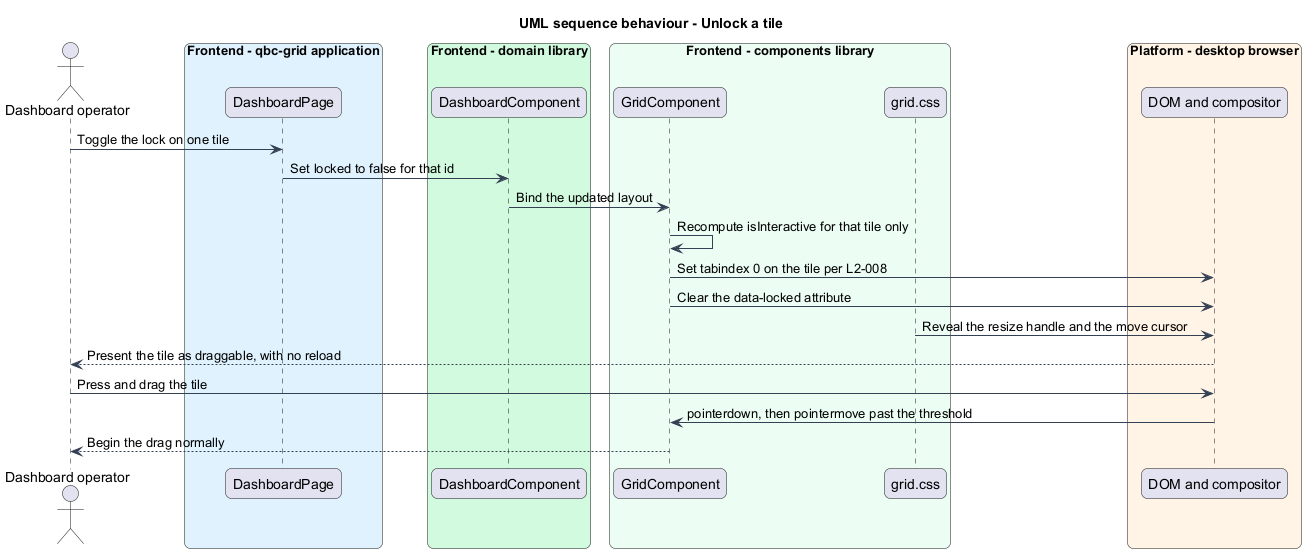
Earlier version of the PlantUML export docs/detailed-designs/tile-interaction/lock-a-tile/diagrams/sequence-unlock.png (QuinntyneBrown/qbc-grid). Its diagram source:
```plantuml
@startuml
title UML sequence behaviour - Unlock a tile
skinparam backgroundColor #FFFFFF
skinparam shadowing false
skinparam roundcorner 12
skinparam defaultFontName Arial
skinparam ArrowColor #344054
skinparam rectangle {
  BorderColor #344054
  FontColor #101828
}
skinparam package {
  BorderColor #667085
  FontColor #101828
  BackgroundColor #F9FAFB
}
actor "Dashboard operator" as actor
box "Frontend - qbc-grid application" #E0F2FE
  participant "DashboardPage" as page
end box
box "Frontend - domain library" #D1FADF
  participant "DashboardComponent" as dashboard
end box
box "Frontend - components library" #ECFDF3
  participant "GridComponent" as grid
  participant "grid.css" as styles
end box
box "Platform - desktop browser" #FFF4E5
  participant "DOM and compositor" as dom
end box

actor -> page : Toggle the lock on one tile
page -> dashboard : Set locked to false for that id
dashboard -> grid : Bind the updated layout
grid -> grid : Recompute isInteractive for that tile only
grid -> dom : Set tabindex 0 on the tile per L2-008
grid -> dom : Clear the data-locked attribute
styles -> dom : Reveal the resize handle and the move cursor
dom --> actor : Present the tile as draggable, with no reload
actor -> dom : Press and drag the tile
dom -> grid : pointerdown, then pointermove past the threshold
grid --> actor : Begin the drag normally
@enduml
```
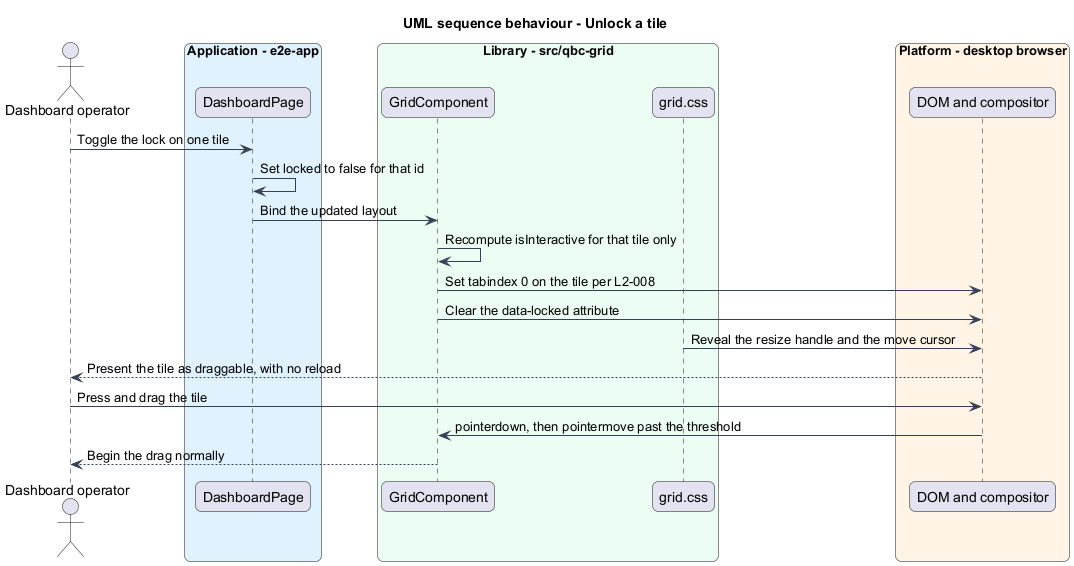
After the commit.

Diff of the diagram source:
```diff
@@ -15,13 +15,10 @@
   BackgroundColor #F9FAFB
 }
 actor "Dashboard operator" as actor
-box "Frontend - qbc-grid application" #E0F2FE
+box "Application - e2e-app" #E0F2FE
   participant "DashboardPage" as page
 end box
-box "Frontend - domain library" #D1FADF
-  participant "DashboardComponent" as dashboard
-end box
-box "Frontend - components library" #ECFDF3
+box "Library - src/qbc-grid" #ECFDF3
   participant "GridComponent" as grid
   participant "grid.css" as styles
 end box
@@ -30,8 +27,8 @@
 end box
 
 actor -> page : Toggle the lock on one tile
-page -> dashboard : Set locked to false for that id
-dashboard -> grid : Bind the updated layout
+page -> page : Set locked to false for that id
+page -> grid : Bind the updated layout
 grid -> grid : Recompute isInteractive for that tile only
 grid -> dom : Set tabindex 0 on the tile per L2-008
 grid -> dom : Clear the data-locked attribute
```
